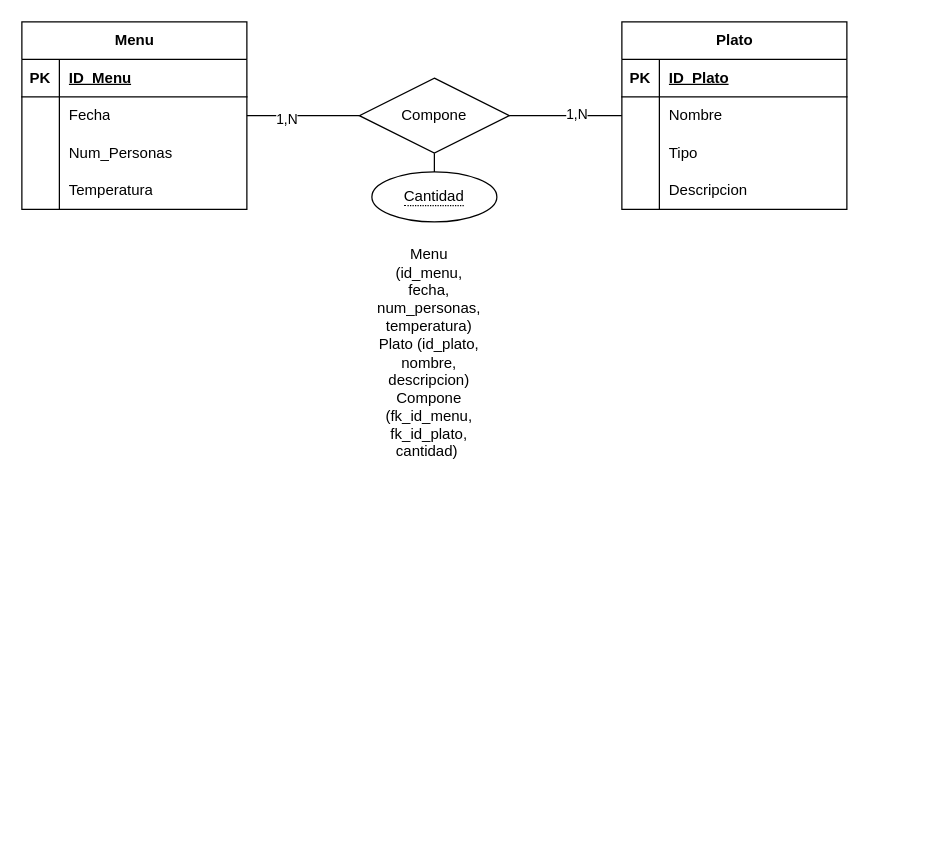
Above: Ejercicio15.drawio in Daninuro/diagrames-cvf-dn-mpl-n-11102023 (draw.io), before the change. Source tidied: cells renumbered, new cells numbered last; positions are measured from the earlier drawing's top-left corner, leaving out a move shared by most shapes. Both pictures are drawn from the tidied source at 125%, with x=0, y=0 at pixel (21, 21).
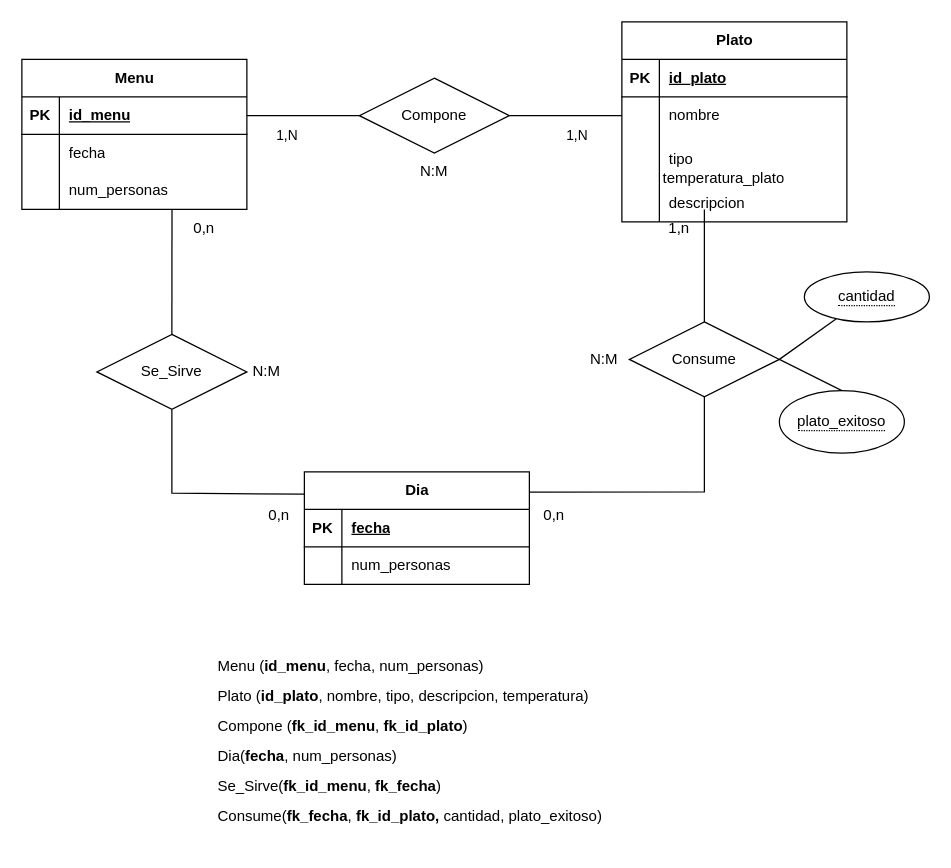
The same diagram, later.

The change refers to these unchanged cells:
```xml
<mxCell id="3" style="shape=tableRow;horizontal=0;startSize=0;swimlaneHead=0;swimlaneBody=0;fillColor=none;points=[[0,0.5],[1,0.5]];portConstraint=eastwest;top=0;left=0;right=0;bottom=1;" parent="2" vertex="1">
  <mxGeometry y="30" width="180" height="30" as="geometry" />
</mxCell>
<mxCell id="6" style="shape=tableRow;horizontal=0;startSize=0;swimlaneHead=0;swimlaneBody=0;fillColor=none;points=[[0,0.5],[1,0.5]];portConstraint=eastwest;top=0;left=0;right=0;bottom=0;" parent="2" vertex="1">
  <mxGeometry y="60" width="180" height="30" as="geometry" />
</mxCell>
<mxCell id="9" style="shape=tableRow;horizontal=0;startSize=0;swimlaneHead=0;swimlaneBody=0;fillColor=none;top=0;left=0;right=0;bottom=0;" parent="2" vertex="1">
  <mxGeometry y="90" width="180" height="30" as="geometry" />
</mxCell>
<mxCell id="16" style="shape=tableRow;horizontal=0;startSize=0;swimlaneHead=0;swimlaneBody=0;fillColor=none;top=0;left=0;right=0;bottom=1;" parent="15" vertex="1">
  <mxGeometry y="30" width="180" height="30" as="geometry" />
</mxCell>
<mxCell id="19" style="shape=tableRow;horizontal=0;startSize=0;swimlaneHead=0;swimlaneBody=0;fillColor=none;points=[[0,0.5],[1,0.5]];portConstraint=eastwest;top=0;left=0;right=0;bottom=0;" parent="15" vertex="1">
  <mxGeometry y="60" width="180" height="30" as="geometry" />
</mxCell>
<mxCell id="28" value="Compone" style="shape=rhombus;perimeter=rhombusPerimeter;whiteSpace=wrap;html=1;align=center;" parent="1" vertex="1">
  <mxGeometry x="270" y="45" width="120" height="60" as="geometry" />
</mxCell>
<mxCell id="29" style="endArrow=none;html=1;rounded=0;exitX=1;exitY=0.5;exitDx=0;exitDy=0;entryX=0;entryY=0.5;entryDx=0;entryDy=0;" parent="1" edge="1" source="28" target="19">
  <mxGeometry relative="1" as="geometry" />
</mxCell>
```

Change to the diagram source:
```diff
@@
     <mxCell id="2" value="Menu" style="shape=table;startSize=30;childLayout=tableLayout;rowLines=0;fontStyle=1;align=center;html=1;" parent="1" vertex="1">
-      <mxGeometry width="180" height="150" as="geometry" />
+      <mxGeometry y="30" width="180" height="120" as="geometry" />
     </mxCell>
@@
-    <mxCell id="5" value="ID_Menu" style="shape=partialRectangle;fillColor=none;top=0;left=0;bottom=0;right=0;align=left;spacingLeft=6;fontStyle=5;overflow=hidden;whiteSpace=wrap;html=1;" parent="3" vertex="1">
+    <mxCell id="5" value="id_menu" style="shape=partialRectangle;fillColor=none;top=0;left=0;bottom=0;right=0;align=left;spacingLeft=6;fontStyle=5;overflow=hidden;whiteSpace=wrap;html=1;" parent="3" vertex="1">
       <mxGeometry x="30" width="150" height="30" as="geometry" />
     </mxCell>
@@
-    <mxCell id="8" value="Fecha" style="shape=partialRectangle;fillColor=none;top=0;left=0;bottom=0;right=0;align=left;spacingLeft=6;overflow=hidden;whiteSpace=wrap;html=1;" parent="6" vertex="1">
+    <mxCell id="8" value="fecha" style="shape=partialRectangle;fillColor=none;top=0;left=0;bottom=0;right=0;align=left;spacingLeft=6;overflow=hidden;whiteSpace=wrap;html=1;" parent="6" vertex="1">
       <mxGeometry x="30" width="150" height="30" as="geometry" />
     </mxCell>
@@
-    <mxCell id="11" value="Num_Personas" style="shape=partialRectangle;fillColor=none;top=0;left=0;bottom=0;right=0;align=left;spacingLeft=6;overflow=hidden;whiteSpace=wrap;html=1;" parent="9" vertex="1">
+    <mxCell id="11" value="num_personas" style="shape=partialRectangle;fillColor=none;top=0;left=0;bottom=0;right=0;align=left;spacingLeft=6;overflow=hidden;whiteSpace=wrap;html=1;" parent="9" vertex="1">
       <mxGeometry x="30" width="150" height="30" as="geometry" />
     </mxCell>
-    <mxCell id="12" style="shape=tableRow;horizontal=0;startSize=0;swimlaneHead=0;swimlaneBody=0;fillColor=none;top=0;left=0;right=0;bottom=0;" parent="2" vertex="1">
-      <mxGeometry y="120" width="180" height="30" as="geometry" />
-    </mxCell>
-    <mxCell id="13" style="shape=partialRectangle;fillColor=none;top=0;left=0;bottom=0;right=0;overflow=hidden;whiteSpace=wrap;html=1;" parent="12" vertex="1">
-      <mxGeometry width="30" height="30" as="geometry" />
-    </mxCell>
-    <mxCell id="14" value="Temperatura" style="shape=partialRectangle;fillColor=none;top=0;left=0;bottom=0;right=0;align=left;spacingLeft=6;overflow=hidden;whiteSpace=wrap;html=1;" parent="12" vertex="1">
-      <mxGeometry x="30" width="150" height="30" as="geometry" />
-    </mxCell>
     <mxCell id="15" value="Plato" style="shape=table;startSize=30;childLayout=tableLayout;rowLines=0;fontStyle=1;align=center;html=1;" parent="1" vertex="1">
-      <mxGeometry x="480" width="180" height="150" as="geometry" />
+      <mxGeometry x="480" width="180" height="160" as="geometry" />
     </mxCell>
@@
-    <mxCell id="18" value="ID_Plato" style="shape=partialRectangle;fillColor=none;top=0;left=0;bottom=0;right=0;align=left;spacingLeft=6;fontStyle=5;overflow=hidden;whiteSpace=wrap;html=1;" parent="16" vertex="1">
+    <mxCell id="18" value="id_plato" style="shape=partialRectangle;fillColor=none;top=0;left=0;bottom=0;right=0;align=left;spacingLeft=6;fontStyle=5;overflow=hidden;whiteSpace=wrap;html=1;" parent="16" vertex="1">
       <mxGeometry x="30" width="150" height="30" as="geometry" />
     </mxCell>
@@
-    <mxCell id="21" value="Nombre" style="shape=partialRectangle;fillColor=none;top=0;left=0;bottom=0;right=0;align=left;spacingLeft=6;overflow=hidden;whiteSpace=wrap;html=1;" parent="19" vertex="1">
+    <mxCell id="21" value="nombre" style="shape=partialRectangle;fillColor=none;top=0;left=0;bottom=0;right=0;align=left;spacingLeft=6;overflow=hidden;whiteSpace=wrap;html=1;" parent="19" vertex="1">
       <mxGeometry x="30" width="150" height="30" as="geometry" />
     </mxCell>
     <mxCell id="22" style="shape=tableRow;horizontal=0;startSize=0;swimlaneHead=0;swimlaneBody=0;fillColor=none;top=0;left=0;right=0;bottom=0;" parent="15" vertex="1">
-      <mxGeometry y="90" width="180" height="30" as="geometry" />
+      <mxGeometry y="90" width="180" height="40" as="geometry" />
     </mxCell>
     <mxCell id="23" style="shape=partialRectangle;fillColor=none;top=0;left=0;bottom=0;right=0;overflow=hidden;whiteSpace=wrap;html=1;" parent="22" vertex="1">
-      <mxGeometry width="30" height="30" as="geometry" />
+      <mxGeometry width="30" height="40" as="geometry" />
     </mxCell>
-    <mxCell id="24" value="Tipo" style="shape=partialRectangle;fillColor=none;top=0;left=0;bottom=0;right=0;align=left;spacingLeft=6;overflow=hidden;whiteSpace=wrap;html=1;" parent="22" vertex="1">
-      <mxGeometry x="30" width="150" height="30" as="geometry" />
+    <mxCell id="24" value="tipo" style="shape=partialRectangle;fillColor=none;top=0;left=0;bottom=0;right=0;align=left;spacingLeft=6;overflow=hidden;whiteSpace=wrap;html=1;" parent="22" vertex="1">
+      <mxGeometry x="30" width="150" height="40" as="geometry" />
     </mxCell>
     <mxCell id="25" style="shape=tableRow;horizontal=0;startSize=0;swimlaneHead=0;swimlaneBody=0;fillColor=none;top=0;left=0;right=0;bottom=0;" parent="15" vertex="1">
-      <mxGeometry y="120" width="180" height="30" as="geometry" />
+      <mxGeometry y="130" width="180" height="30" as="geometry" />
     </mxCell>
@@
-    <mxCell id="27" value="Descripcion" style="shape=partialRectangle;fillColor=none;top=0;left=0;bottom=0;right=0;align=left;spacingLeft=6;overflow=hidden;whiteSpace=wrap;html=1;" parent="25" vertex="1">
+    <mxCell id="27" value="descripcion" style="shape=partialRectangle;fillColor=none;top=0;left=0;bottom=0;right=0;align=left;spacingLeft=6;overflow=hidden;whiteSpace=wrap;html=1;" parent="25" vertex="1">
       <mxGeometry x="30" width="150" height="30" as="geometry" />
     </mxCell>
@@
     <mxCell id="30" value="1,N" style="edgeLabel;html=1;align=center;verticalAlign=middle;" parent="29" vertex="1">
-      <mxGeometry x="0.18" y="2" relative="1" as="geometry" />
+      <mxGeometry x="0.18" y="2" relative="1" as="geometry">
+        <mxPoint y="17" as="offset" />
+      </mxGeometry>
     </mxCell>
-    <mxCell id="31" style="endArrow=none;html=1;rounded=0;exitX=1;exitY=0.5;exitDx=0;exitDy=0;entryX=0;entryY=0.5;entryDx=0;entryDy=0;" parent="1" edge="1" source="6" target="28">
-      <mxGeometry relative="1" as="geometry" />
+    <mxCell id="31" style="endArrow=none;html=1;rounded=0;exitX=1;exitY=0.5;exitDx=0;exitDy=0;entryX=0;entryY=0.5;entryDx=0;entryDy=0;" parent="1" edge="1" source="3" target="28">
+      <mxGeometry relative="1" as="geometry">
+        <Array as="points">
+          <mxPoint x="226" y="75" />
+        </Array>
+      </mxGeometry>
     </mxCell>
     <mxCell id="32" value="1,N" style="edgeLabel;html=1;align=center;verticalAlign=middle;" parent="31" vertex="1">
-      <mxGeometry x="-0.3" y="-2" relative="1" as="geometry" />
+      <mxGeometry x="-0.3" y="-2" relative="1" as="geometry">
+        <mxPoint y="13" as="offset" />
+      </mxGeometry>
     </mxCell>
-    <mxCell id="33" style="endArrow=none;html=1;rounded=0;exitX=0.5;exitY=1;exitDx=0;exitDy=0;" parent="1" edge="1" source="28" target="34">
+    <mxCell id="33" style="endArrow=none;html=1;rounded=0;exitX=1;exitY=0.5;exitDx=0;exitDy=0;" parent="1" edge="1" source="45" target="34">
       <mxGeometry relative="1" as="geometry" />
     </mxCell>
-    <mxCell id="34" value="&lt;span style=&quot;border-bottom: 1px dotted&quot;&gt;Cantidad&lt;/span&gt;" style="ellipse;whiteSpace=wrap;html=1;align=center;" parent="1" vertex="1">
-      <mxGeometry x="280" y="120" width="100" height="40" as="geometry" />
+    <mxCell id="34" value="&lt;span style=&quot;border-bottom: 1px dotted&quot;&gt;cantidad&lt;/span&gt;" style="ellipse;whiteSpace=wrap;html=1;align=center;" parent="1" vertex="1">
+      <mxGeometry x="626" y="200" width="100" height="40" as="geometry" />
     </mxCell>
-    <mxCell id="35" value="Menu (id_menu, fecha, num_personas, temperatura)&lt;br&gt;Plato (id_plato, nombre, descripcion)&lt;br&gt;Compone (fk_id_menu, fk_id_plato, cantidad)&amp;nbsp;" style="text;html=1;strokeColor=none;fillColor=none;align=center;verticalAlign=middle;whiteSpace=wrap;rounded=0;" parent="1" vertex="1">
-      <mxGeometry x="296" y="250" width="60" height="30" as="geometry" />
+    <mxCell id="35" value="&lt;p style=&quot;line-height: 200%;&quot;&gt;Menu (&lt;b&gt;id_menu&lt;/b&gt;, fecha, num_personas)&lt;br&gt;Plato (&lt;b&gt;id_plato&lt;/b&gt;, nombre, tipo, descripcion, temperatura)&lt;br&gt;Compone (&lt;b&gt;fk_id_menu&lt;/b&gt;, &lt;b&gt;fk_id_plato&lt;/b&gt;)&amp;nbsp;&lt;br&gt;Dia(&lt;b style=&quot;border-color: var(--border-color);&quot;&gt;fecha&lt;/b&gt;,&amp;nbsp;num_personas)&amp;nbsp;&lt;br&gt;Se_Sirve(&lt;b style=&quot;border-color: var(--border-color);&quot;&gt;fk_id_menu&lt;/b&gt;,&amp;nbsp;&lt;b style=&quot;border-color: var(--border-color);&quot;&gt;fk_fecha&lt;/b&gt;)&amp;nbsp;&lt;br&gt;Consume(&lt;b style=&quot;border-color: var(--border-color);&quot;&gt;fk_fecha&lt;/b&gt;,&amp;nbsp;&lt;b style=&quot;border-color: var(--border-color);&quot;&gt;fk_id_plato,&lt;/b&gt;&lt;span style=&quot;border-color: var(--border-color);&quot;&gt;&amp;nbsp;cantidad, plato_exitoso&lt;/span&gt;)&amp;nbsp;&lt;/p&gt;" style="text;html=1;strokeColor=none;fillColor=none;align=left;verticalAlign=middle;whiteSpace=wrap;rounded=0;" parent="1" vertex="1">
+      <mxGeometry x="155" y="500" width="350" height="150" as="geometry" />
     </mxCell>
+    <mxCell id="36" value="Dia" style="shape=table;startSize=30;childLayout=tableLayout;rowLines=0;fontStyle=1;align=center;html=1;" parent="1" vertex="1">
+      <mxGeometry x="226" y="360" width="180" height="90" as="geometry" />
+    </mxCell>
+    <mxCell id="37" style="shape=tableRow;horizontal=0;startSize=0;swimlaneHead=0;swimlaneBody=0;fillColor=none;top=0;left=0;right=0;bottom=1;" parent="36" vertex="1">
+      <mxGeometry y="30" width="180" height="30" as="geometry" />
+    </mxCell>
+    <mxCell id="38" value="PK" style="shape=partialRectangle;fillColor=none;top=0;left=0;bottom=0;right=0;fontStyle=1;overflow=hidden;whiteSpace=wrap;html=1;" parent="37" vertex="1">
+      <mxGeometry width="30" height="30" as="geometry" />
+    </mxCell>
+    <mxCell id="39" value="fecha" style="shape=partialRectangle;fillColor=none;top=0;left=0;bottom=0;right=0;align=left;spacingLeft=6;fontStyle=5;overflow=hidden;whiteSpace=wrap;html=1;" parent="37" vertex="1">
+      <mxGeometry x="30" width="150" height="30" as="geometry" />
+    </mxCell>
+    <mxCell id="40" style="shape=tableRow;horizontal=0;startSize=0;swimlaneHead=0;swimlaneBody=0;fillColor=none;top=0;left=0;right=0;bottom=0;" parent="36" vertex="1">
+      <mxGeometry y="60" width="180" height="30" as="geometry" />
+    </mxCell>
+    <mxCell id="13" style="shape=partialRectangle;fillColor=none;top=0;left=0;bottom=0;right=0;overflow=hidden;whiteSpace=wrap;html=1;" parent="40" vertex="1">
+      <mxGeometry width="30" height="30" as="geometry" />
+    </mxCell>
+    <mxCell id="41" value="num_personas" style="shape=partialRectangle;fillColor=none;top=0;left=0;bottom=0;right=0;align=left;spacingLeft=6;overflow=hidden;whiteSpace=wrap;html=1;" parent="40" vertex="1">
+      <mxGeometry x="30" width="150" height="30" as="geometry" />
+    </mxCell>
+    <mxCell id="42" value="&lt;span style=&quot;border-bottom: 1px dotted&quot;&gt;plato_exitoso&lt;/span&gt;" style="ellipse;whiteSpace=wrap;html=1;align=center;" parent="1" vertex="1">
+      <mxGeometry x="606" y="295" width="100" height="50" as="geometry" />
+    </mxCell>
+    <mxCell id="43" style="endArrow=none;html=1;rounded=0;exitX=1;exitY=0.5;exitDx=0;exitDy=0;entryX=0.5;entryY=0;entryDx=0;entryDy=0;" parent="1" edge="1" source="45" target="42">
+      <mxGeometry relative="1" as="geometry" />
+    </mxCell>
+    <mxCell id="44" value="Se_Sirve" style="shape=rhombus;perimeter=rhombusPerimeter;whiteSpace=wrap;html=1;align=center;" parent="1" vertex="1">
+      <mxGeometry x="60" y="250" width="120" height="60" as="geometry" />
+    </mxCell>
+    <mxCell id="45" value="Consume" style="shape=rhombus;perimeter=rhombusPerimeter;whiteSpace=wrap;html=1;align=center;" parent="1" vertex="1">
+      <mxGeometry x="486" y="240" width="120" height="60" as="geometry" />
+    </mxCell>
+    <mxCell id="46" style="endArrow=none;html=1;rounded=0;exitX=0.667;exitY=0.996;exitDx=0;exitDy=0;exitPerimeter=0;entryX=0.5;entryY=0;entryDx=0;entryDy=0;" parent="1" edge="1" target="44">
+      <mxGeometry relative="1" as="geometry">
+        <mxPoint x="120.1" y="149.9" as="sourcePoint" />
+      </mxGeometry>
+    </mxCell>
+    <mxCell id="47" style="endArrow=none;html=1;rounded=0;exitX=0.5;exitY=1;exitDx=0;exitDy=0;entryX=0;entryY=0.198;entryDx=0;entryDy=0;entryPerimeter=0;" parent="1" edge="1" source="44" target="36">
+      <mxGeometry relative="1" as="geometry">
+        <Array as="points">
+          <mxPoint x="120" y="377" />
+        </Array>
+      </mxGeometry>
+    </mxCell>
+    <mxCell id="48" style="endArrow=none;html=1;rounded=0;exitX=1.002;exitY=0.179;exitDx=0;exitDy=0;exitPerimeter=0;entryX=0.5;entryY=1;entryDx=0;entryDy=0;" parent="1" edge="1" source="36" target="45">
+      <mxGeometry relative="1" as="geometry">
+        <Array as="points">
+          <mxPoint x="546" y="376" />
+        </Array>
+      </mxGeometry>
+    </mxCell>
+    <mxCell id="49" style="endArrow=none;html=1;rounded=0;entryX=0.5;entryY=0;entryDx=0;entryDy=0;" parent="1" edge="1" target="45">
+      <mxGeometry relative="1" as="geometry">
+        <mxPoint x="546" y="150" as="sourcePoint" />
+      </mxGeometry>
+    </mxCell>
+    <mxCell id="50" value="0,n" style="text;html=1;strokeColor=none;fillColor=none;align=center;verticalAlign=middle;whiteSpace=wrap;rounded=0;" parent="1" vertex="1">
+      <mxGeometry x="116" y="150" width="60" height="30" as="geometry" />
+    </mxCell>
+    <mxCell id="51" value="N:M" style="text;html=1;strokeColor=none;fillColor=none;align=center;verticalAlign=middle;whiteSpace=wrap;rounded=0;" parent="1" vertex="1">
+      <mxGeometry x="436" y="255" width="60" height="30" as="geometry" />
+    </mxCell>
+    <mxCell id="52" value="N:M" style="text;html=1;strokeColor=none;fillColor=none;align=center;verticalAlign=middle;whiteSpace=wrap;rounded=0;" parent="1" vertex="1">
+      <mxGeometry x="166" y="265" width="60" height="30" as="geometry" />
+    </mxCell>
+    <mxCell id="53" value="N:M" style="text;html=1;strokeColor=none;fillColor=none;align=center;verticalAlign=middle;whiteSpace=wrap;rounded=0;" parent="1" vertex="1">
+      <mxGeometry x="300" y="105" width="60" height="30" as="geometry" />
+    </mxCell>
+    <mxCell id="54" value="1,n" style="text;html=1;strokeColor=none;fillColor=none;align=center;verticalAlign=middle;whiteSpace=wrap;rounded=0;" parent="1" vertex="1">
+      <mxGeometry x="496" y="150" width="60" height="30" as="geometry" />
+    </mxCell>
+    <mxCell id="55" value="0,n" style="text;html=1;strokeColor=none;fillColor=none;align=center;verticalAlign=middle;whiteSpace=wrap;rounded=0;" parent="1" vertex="1">
+      <mxGeometry x="396" y="380" width="60" height="30" as="geometry" />
+    </mxCell>
+    <mxCell id="56" value="0,n" style="text;html=1;strokeColor=none;fillColor=none;align=center;verticalAlign=middle;whiteSpace=wrap;rounded=0;" parent="1" vertex="1">
+      <mxGeometry x="176" y="380" width="60" height="30" as="geometry" />
+    </mxCell>
+    <mxCell id="57" value="temperatura_plato" style="shape=partialRectangle;fillColor=none;top=0;left=0;bottom=0;right=0;align=left;spacingLeft=6;overflow=hidden;whiteSpace=wrap;html=1;" parent="1" vertex="1">
+      <mxGeometry x="505" y="110" width="121" height="30" as="geometry" />
+    </mxCell>
```
